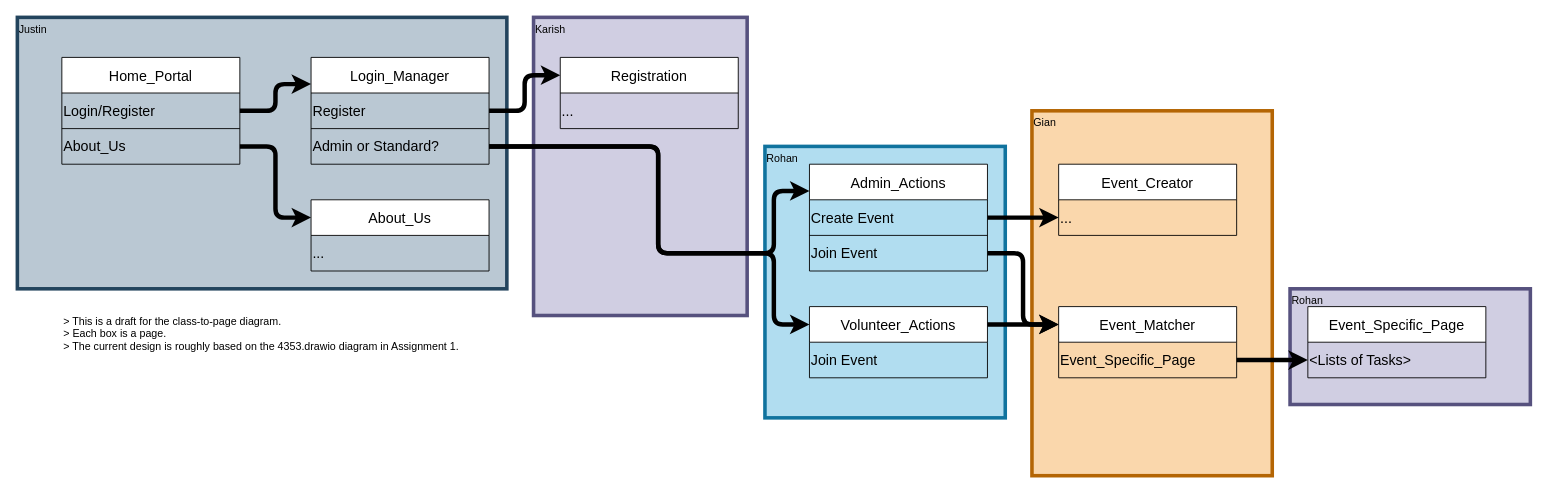
The draw.io diagram Assignment2_Frontend/ClassToPage.drawio in Imanoodle13/COSC4353-Assignments, before the edit. Source tidied: cells renumbered, new cells numbered last; positions are measured from the earlier drawing's top-left corner, leaving out a move shared by most shapes. Both pictures are drawn from the tidied source at 89%, with x=0, y=0 at pixel (17, 17).
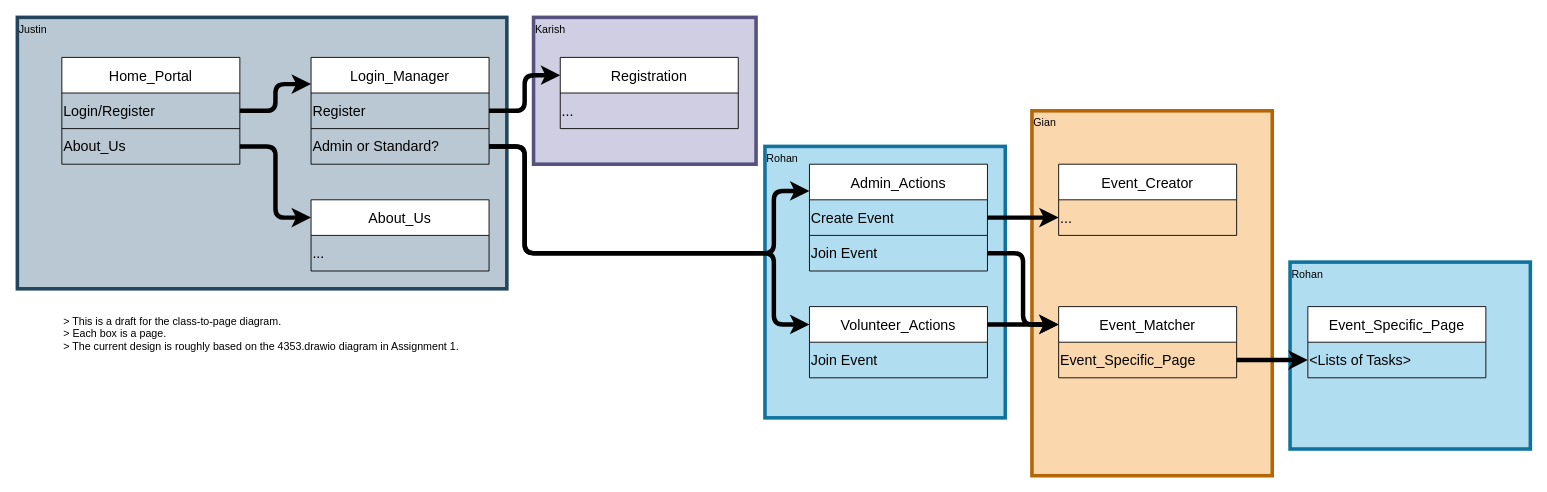
Above is the later version.

Commit message (it also covers changes not shown here):
Update event creator page title

Updated the HTML title in eventCreator.html to 'Volunteer Central | Event Creator' for better clarity.

The change refers to these unchanged cells:
```xml
<mxCell id="11" style="shape=tableRow;horizontal=0;startSize=0;swimlaneHead=0;swimlaneBody=0;strokeColor=inherit;top=0;left=0;bottom=0;right=0;fillColor=none;points=[[0,0.5],[1,0.5]];portConstraint=eastwest;fontSize=16;align=left;" parent="8" vertex="1">
  <mxGeometry y="80" width="200" height="40" as="geometry" />
</mxCell>
<mxCell id="17" value="Admin_Actions" style="shape=table;startSize=40;childLayout=tableLayout;strokeColor=default;fontSize=16;swimlaneFillColor=light-dark(transparent,#555555);" parent="2" vertex="1">
  <mxGeometry x="890" y="165" width="200" height="120" as="geometry" />
</mxCell>
<mxCell id="22" value="Volunteer_Actions" style="shape=table;startSize=40;childLayout=tableLayout;strokeColor=default;fontSize=16;swimlaneFillColor=light-dark(transparent,#555555);" parent="2" vertex="1">
  <mxGeometry x="890" y="325" width="200" height="80" as="geometry" />
</mxCell>
```

What changed in the source:
```diff
@@
+    <mxCell id="6" value="Rohan" style="whiteSpace=wrap;html=1;fillColor=#b1ddf0;strokeWidth=4;strokeColor=#10739e;verticalAlign=top;align=left;" parent="2" vertex="1">
+      <mxGeometry x="1430" y="275" width="270" height="210" as="geometry" />
+    </mxCell>
@@
-    <mxCell id="6" value="Rohan" style="whiteSpace=wrap;html=1;fillColor=#d0cee2;strokeWidth=4;strokeColor=#56517e;verticalAlign=top;align=left;" parent="2" vertex="1">
-      <mxGeometry x="1430" y="305" width="270" height="130" as="geometry" />
-    </mxCell>
     <mxCell id="7" value="Karish" style="whiteSpace=wrap;html=1;fillColor=#d0cee2;strokeWidth=4;strokeColor=#56517e;verticalAlign=top;align=left;" parent="2" vertex="1">
-      <mxGeometry x="580" width="240" height="335" as="geometry" />
+      <mxGeometry x="580" width="250" height="165" as="geometry" />
     </mxCell>
@@
     <mxCell id="25" style="edgeStyle=orthogonalEdgeStyle;html=1;exitX=1;exitY=0.5;exitDx=0;exitDy=0;strokeColor=light-dark(#000000,#000000);strokeWidth=5;elbow=vertical;entryX=0;entryY=0.25;entryDx=0;entryDy=0;" parent="2" edge="1" source="11" target="17">
       <mxGeometry relative="1" as="geometry">
         <Array as="points">
-          <mxPoint x="720" y="145" />
-          <mxPoint x="720" y="265" />
+          <mxPoint x="570" y="145" />
+          <mxPoint x="570" y="265" />
           <mxPoint x="850" y="265" />
           <mxPoint x="850" y="195" />
         </Array>
       </mxGeometry>
     </mxCell>
     <mxCell id="26" style="edgeStyle=orthogonalEdgeStyle;html=1;exitX=1;exitY=0.5;exitDx=0;exitDy=0;strokeColor=light-dark(#000000,#000000);strokeWidth=5;elbow=vertical;entryX=0;entryY=0.25;entryDx=0;entryDy=0;" parent="2" edge="1" source="11" target="22">
       <mxGeometry relative="1" as="geometry">
         <Array as="points">
-          <mxPoint x="720" y="145" />
-          <mxPoint x="720" y="265" />
+          <mxPoint x="570" y="145" />
+          <mxPoint x="570" y="265" />
           <mxPoint x="850" y="265" />
           <mxPoint x="850" y="345" />
         </Array>
       </mxGeometry>
     </mxCell>
```
